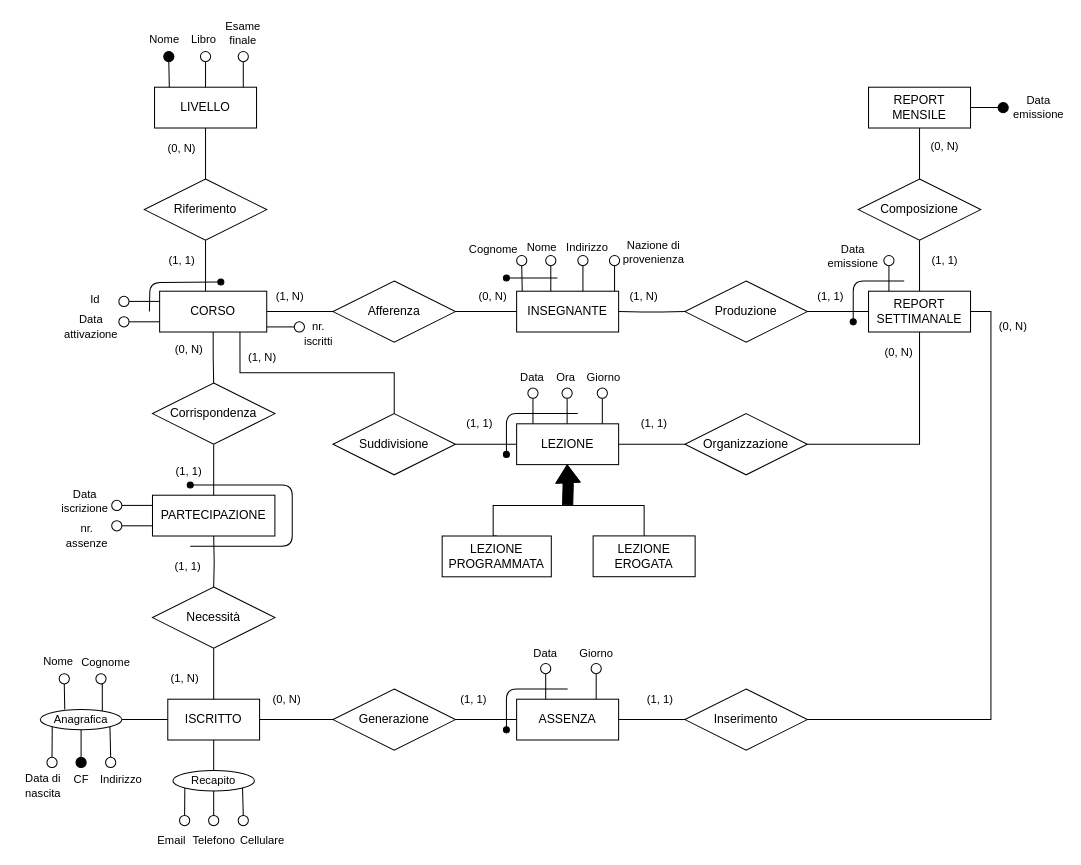
TizianoLilli/GitExerciseLinux keeps this draw.io diagram as progettoDB.drawio. Above is the earlier version. Source tidied: cells renumbered, new cells numbered last; positions are measured from the earlier drawing's top-left corner, leaving out a move shared by most shapes. Both pictures are drawn from the tidied source at 102%, with x=0, y=0 at pixel (17, 17).
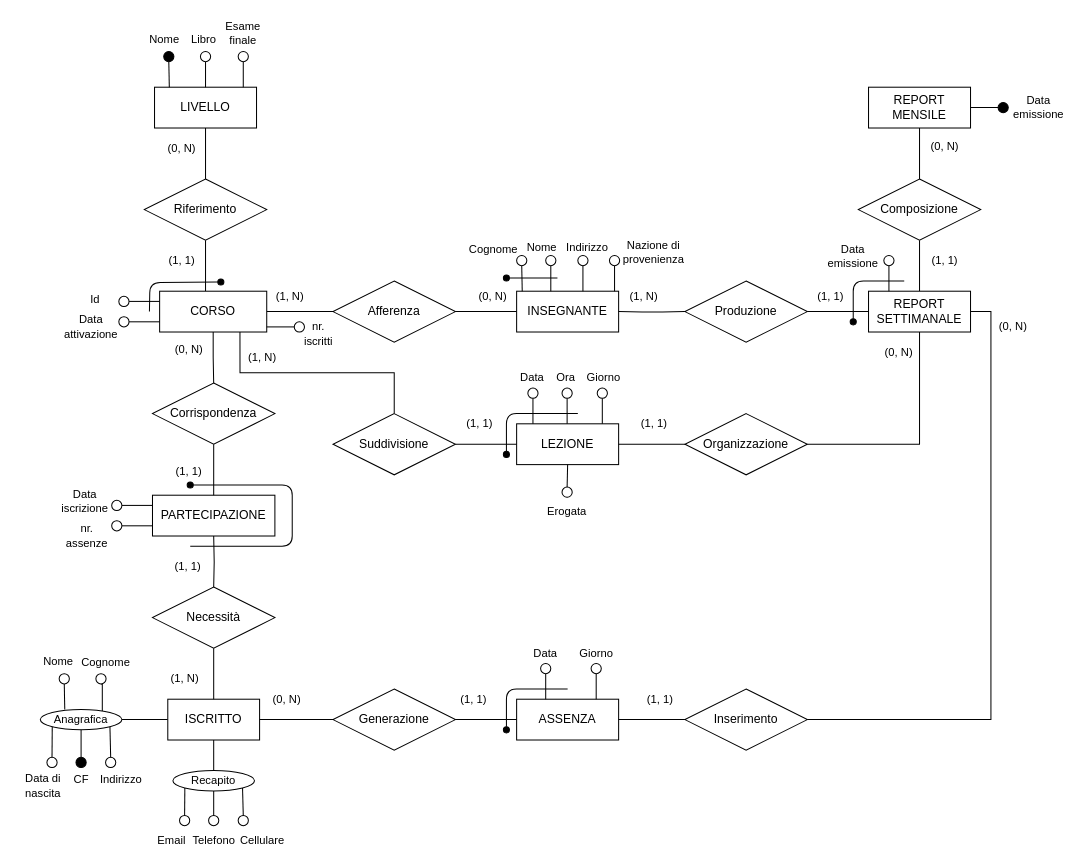
After the change.

The change refers to these unchanged cells:
```xml
<mxCell id="32" value="LEZIONE" style="whiteSpace=wrap;html=1;align=center;" parent="1" vertex="1">
  <mxGeometry x="489" y="398" width="100" height="40" as="geometry" />
</mxCell>
```

Change to the diagram source:
```diff
@@
-    <mxCell id="130" style="shape=flexArrow;endArrow=classic;html=1;rounded=0;strokeColor=default;align=center;verticalAlign=middle;fontFamily=Helvetica;fontSize=11;fontColor=default;labelBackgroundColor=default;edgeStyle=orthogonalEdgeStyle;fillColor=#000000;endWidth=12.592592592592592;endSize=5.385185185185184;" parent="1" edge="1">
-      <mxGeometry relative="1" as="geometry">
-        <mxPoint x="539" y="478" as="sourcePoint" />
-        <mxPoint x="538.6" y="438" as="targetPoint" />
-      </mxGeometry>
-    </mxCell>
-    <mxCell id="131" style="edgeStyle=orthogonalEdgeStyle;shape=connector;rounded=0;jettySize=auto;html=1;exitX=0.5;exitY=0;exitDx=0;exitDy=0;entryX=0.5;entryY=0;entryDx=0;entryDy=0;strokeColor=default;align=center;verticalAlign=middle;fontFamily=Helvetica;fontSize=11;fontColor=default;labelBackgroundColor=default;endArrow=none;endFill=0;" parent="1" edge="1" source="132" target="133">
-      <mxGeometry relative="1" as="geometry">
-        <Array as="points">
-          <mxPoint x="466" y="478" />
-          <mxPoint x="614" y="478" />
-        </Array>
-      </mxGeometry>
-    </mxCell>
-    <mxCell id="132" value="LEZIONE PROGRAMMATA" style="whiteSpace=wrap;html=1;align=center;" parent="1" vertex="1">
-      <mxGeometry x="416" y="508" width="107" height="40" as="geometry" />
-    </mxCell>
-    <mxCell id="133" value="LEZIONE EROGATA" style="whiteSpace=wrap;html=1;align=center;" parent="1" vertex="1">
-      <mxGeometry x="564" y="507.9" width="100" height="40" as="geometry" />
-    </mxCell>
@@
+    <mxCell id="162" style="edgeStyle=orthogonalEdgeStyle;shape=connector;curved=0;rounded=0;orthogonalLoop=1;jettySize=auto;html=1;exitX=0.5;exitY=1;exitDx=0;exitDy=0;entryX=0.5;entryY=0;entryDx=0;entryDy=0;strokeColor=default;align=center;verticalAlign=middle;fontFamily=Helvetica;fontSize=11;fontColor=default;labelBackgroundColor=default;endArrow=none;endFill=0;" parent="1" edge="1" source="164" target="164">
+      <mxGeometry relative="1" as="geometry" />
+    </mxCell>
+    <mxCell id="163" style="edgeStyle=orthogonalEdgeStyle;shape=connector;rounded=0;jettySize=auto;html=1;exitX=0.5;exitY=0;exitDx=0;exitDy=0;entryX=0.5;entryY=1;entryDx=0;entryDy=0;strokeColor=default;align=center;verticalAlign=middle;fontFamily=Helvetica;fontSize=11;fontColor=default;labelBackgroundColor=default;endArrow=none;endFill=0;" parent="1" edge="1" source="164" target="32">
+      <mxGeometry relative="1" as="geometry" />
+    </mxCell>
+    <mxCell id="164" style="ellipse;whiteSpace=wrap;html=1;rounded=1;fontFamily=Helvetica;fontSize=11;fontColor=default;labelBackgroundColor=default;" parent="1" vertex="1">
+      <mxGeometry x="533.5" y="460" width="10" height="10" as="geometry" />
+    </mxCell>
+    <mxCell id="165" value="Erogata" style="text;html=1;whiteSpace=wrap;strokeColor=none;fillColor=none;align=center;verticalAlign=middle;rounded=0;fontFamily=Helvetica;fontSize=11;fontColor=default;labelBackgroundColor=default;" parent="1" vertex="1">
+      <mxGeometry x="516" y="479" width="45" height="10" as="geometry" />
+    </mxCell>
```
